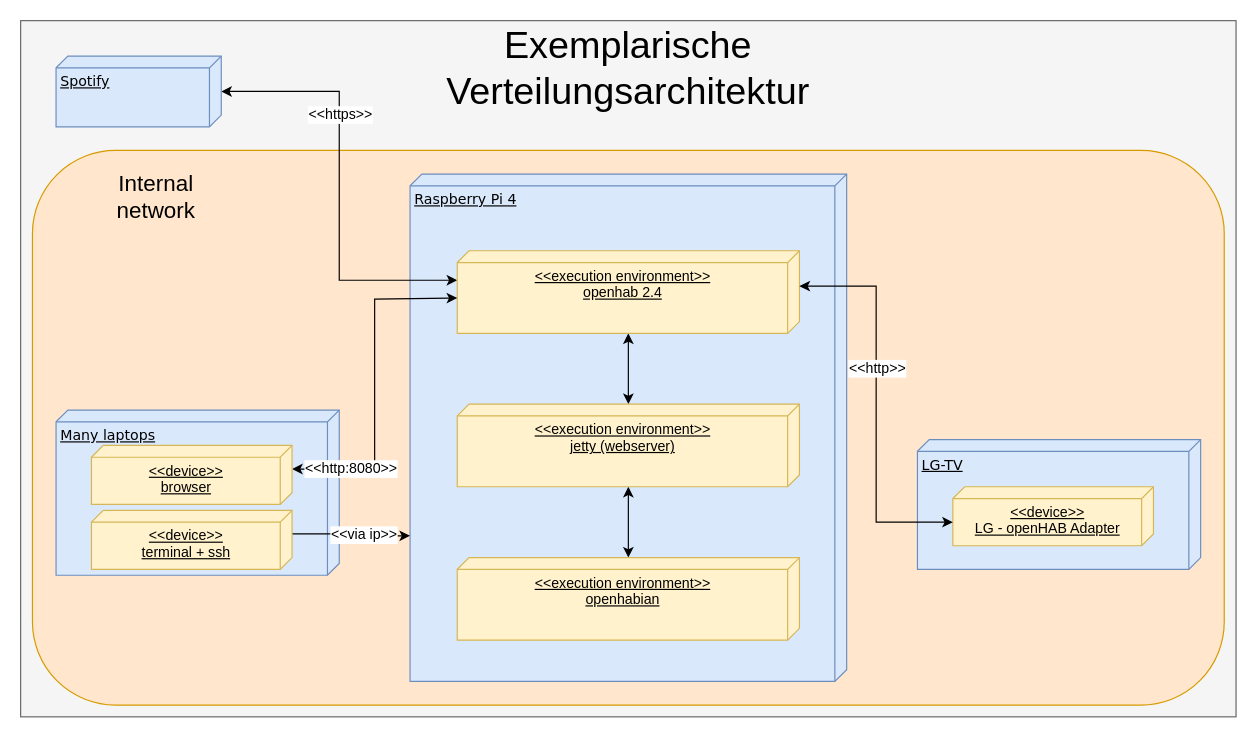
The draw.io diagram vorlage-seminararbeiten-tex/figures/verteilungsarchitektur.drawio in LukasKiederle/seminar-sa-ws19-20, before the edit. Source tidied: cells renumbered, new cells numbered last; positions are measured from the earlier drawing's top-left corner, leaving out a move shared by most shapes. Both pictures are drawn from the tidied source at 118%, with x=0, y=0 at pixel (20, 20).
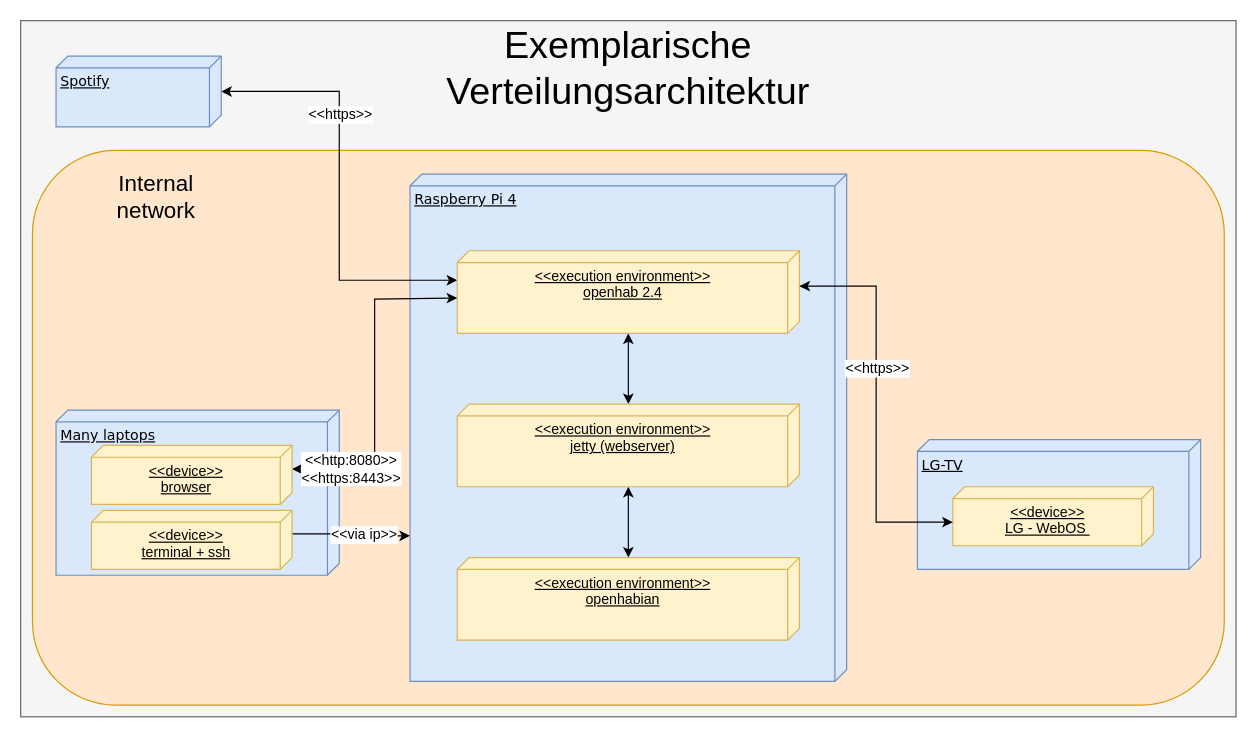
After the change.

Unchanged cells that the change refers to:
```xml
<mxCell id="14" style="edgeStyle=orthogonalEdgeStyle;rounded=0;jettySize=auto;html=1;exitX=0;exitY=0;exitDx=20;exitDy=0;exitPerimeter=0;entryX=0;entryY=0;entryDx=40;entryDy=290;entryPerimeter=0;startArrow=classic;startFill=1;" parent="1" edge="1" source="16" target="13">
  <mxGeometry relative="1" as="geometry">
    <Array as="points">
      <mxPoint x="300" y="380" />
      <mxPoint x="300" y="236" />
    </Array>
  </mxGeometry>
</mxCell>
<mxCell id="22" style="edgeStyle=orthogonalEdgeStyle;rounded=0;jettySize=auto;html=1;exitX=0;exitY=0;exitDx=30;exitDy=0;exitPerimeter=0;entryX=0;entryY=0;entryDx=30;entryDy=170;entryPerimeter=0;startArrow=classic;startFill=1;" parent="1" edge="1" source="13" target="21">
  <mxGeometry relative="1" as="geometry" />
</mxCell>
```

Diff of the diagram source:
```diff
@@
-    <mxCell id="15" value="&amp;lt;&amp;lt;http:8080&amp;gt;&amp;gt;" style="text;html=1;align=center;verticalAlign=middle;labelBackgroundColor=#ffffff;" parent="14" vertex="1">
+    <mxCell id="15" value="&amp;lt;&amp;lt;http:8080&amp;gt;&amp;gt;&lt;br&gt;&amp;lt;&amp;lt;https:8443&amp;gt;&amp;gt;" style="text;html=1;align=center;verticalAlign=middle;labelBackgroundColor=#ffffff;" parent="14" vertex="1">
       <mxGeometry x="-0.19" y="11" relative="1" as="geometry">
         <mxPoint x="-9.5" y="44.5" as="offset" />
       </mxGeometry>
     </mxCell>
@@
-    <mxCell id="21" value="&amp;lt;&amp;lt;device&amp;gt;&amp;gt;&lt;br&gt;LG - openHAB Adapter" style="verticalAlign=top;align=center;spacingTop=8;spacingLeft=2;spacingRight=12;shape=cube;size=10;direction=south;fontStyle=4;html=1;fillColor=#fff2cc;strokeColor=#d6b656;" parent="1" vertex="1">
+    <mxCell id="21" value="&amp;lt;&amp;lt;device&amp;gt;&amp;gt;&lt;br&gt;LG - WebOS&amp;nbsp;" style="verticalAlign=top;align=center;spacingTop=8;spacingLeft=2;spacingRight=12;shape=cube;size=10;direction=south;fontStyle=4;html=1;fillColor=#fff2cc;strokeColor=#d6b656;" parent="1" vertex="1">
       <mxGeometry x="790" y="395" width="170" height="50" as="geometry" />
     </mxCell>
@@
-    <mxCell id="23" value="&amp;lt;&amp;lt;http&amp;gt;&amp;gt;" style="text;html=1;align=center;verticalAlign=middle;labelBackgroundColor=#ffffff;" parent="22" vertex="1">
+    <mxCell id="23" value="&amp;lt;&amp;lt;https&amp;gt;&amp;gt;" style="text;html=1;align=center;verticalAlign=middle;labelBackgroundColor=#ffffff;" parent="22" vertex="1">
       <mxGeometry x="-0.25" y="-10" relative="1" as="geometry">
         <mxPoint x="10" y="10" as="offset" />
       </mxGeometry>
     </mxCell>
```
